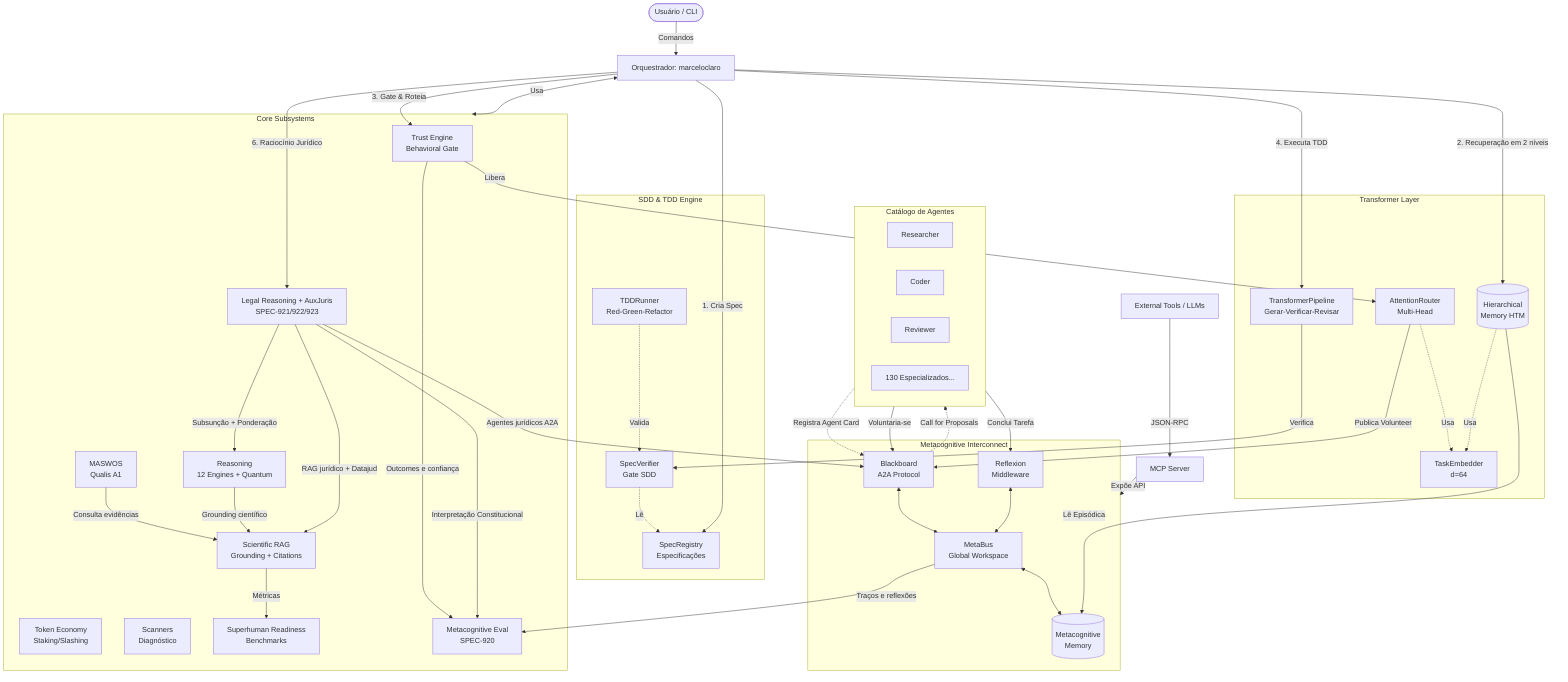
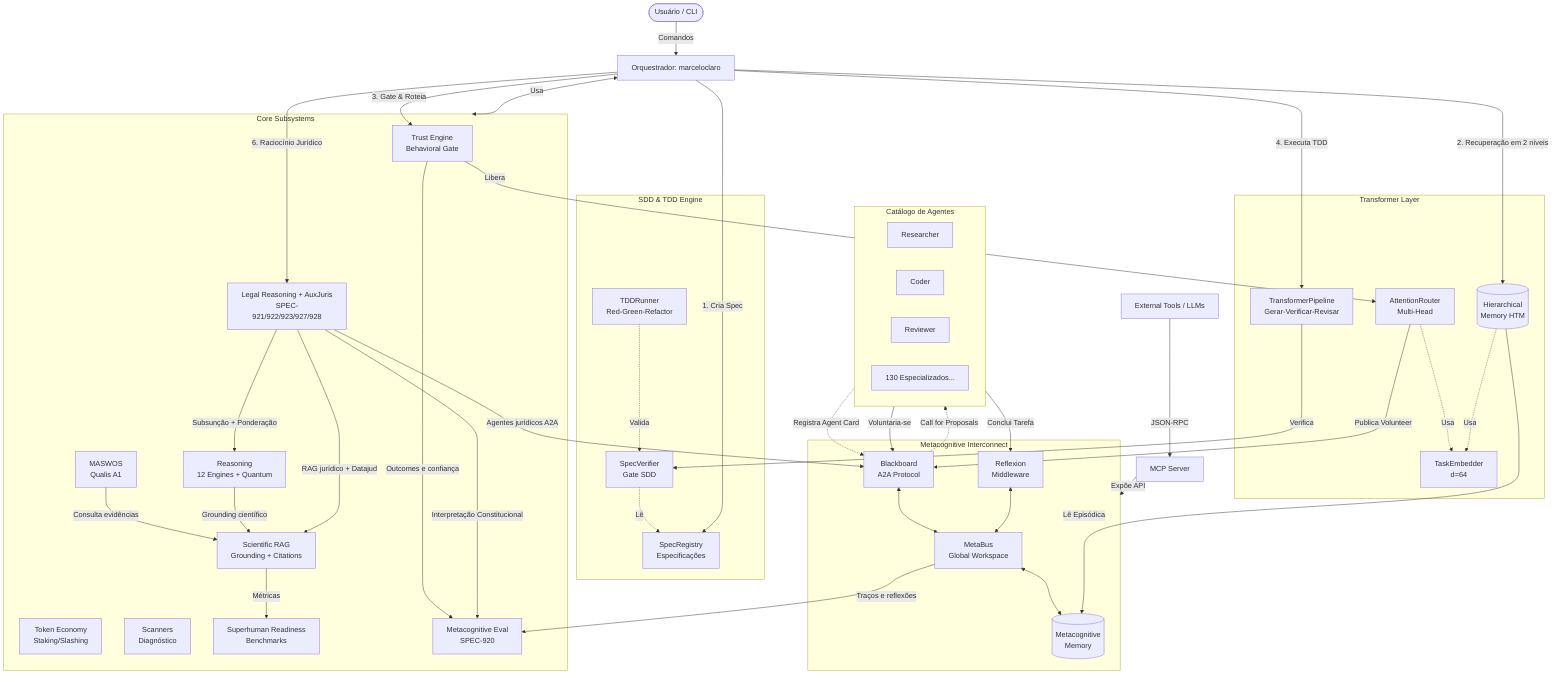
graph TD
    %% Atores e Orquestrador
    User([Usuário / CLI]) -->|Comandos| Orchestrator[Orquestrador: marceloclaro]

    %% Camada SDD/TDD
    subgraph SDD [SDD & TDD Engine]
        Spec[SpecRegistry<br>Especificações]
        Ver[SpecVerifier<br>Gate SDD]
        TDD[TDDRunner<br>Red-Green-Refactor]

        TDD -.->|Valida| Ver
        Ver -.->|Lê| Spec
    end

    %% Camada Transformer
    subgraph TF [Transformer Layer]
        Attn[AttentionRouter<br>Multi-Head]
        Pipe[TransformerPipeline<br>Gerar-Verificar-Revisar]
        HTM[(Hierarchical<br>Memory HTM)]
        Emb[TaskEmbedder<br>d=64]

        Attn -.->|Usa| Emb
        HTM -.->|Usa| Emb
    end

    %% Camada Core (Novos Subsistemas)
    subgraph Core [Core Subsystems]
        Trust[Trust Engine<br>Behavioral Gate]
        Eco[Token Economy<br>Staking/Slashing]
        Scan[Scanners<br>Diagnóstico]
        Acad[MASWOS<br>Qualis A1]
        Reason[Reasoning<br>12 Engines + Quantum]
-         Legal[Legal Reasoning + AuxJuris<br>SPEC-921/922/923]
+         Legal[Legal Reasoning + AuxJuris<br>SPEC-921/922/923/927/928]
        RAG[Scientific RAG<br>Grounding + Citations]
        Bench[Superhuman Readiness<br>Benchmarks]
        MetaEval[Metacognitive Eval<br>SPEC-920]
    end

    %% Camada MCI
    subgraph MCI [Metacognitive Interconnect]
        MB[MetaBus<br>Global Workspace]
        BB[Blackboard<br>A2A Protocol]
        Mem[(Metacognitive<br>Memory)]
        Ref[Reflexion<br>Middleware]

        MB <--> Mem
        BB <--> MB
        Ref <--> MB
    end

    %% Orquestrador integra as camadas
    Orchestrator -->|1. Cria Spec| Spec
    Orchestrator -->|2. Recuperação em 2 níveis| HTM
    HTM -->|Lê Episódica| Mem
    Orchestrator -->|3. Gate & Roteia| Trust
    Trust -->|Libera| Attn
    Attn -->|Publica Volunteer| BB
    Orchestrator -->|4. Executa TDD| Pipe
    Pipe -->|Verifica| Ver
    Orchestrator <-->|Usa| Core
    Acad -->|Consulta evidências| RAG
    Reason -->|Grounding científico| RAG
    RAG -->|Métricas| Bench
    MB -->|Traços e reflexões| MetaEval
    Trust -->|Outcomes e confiança| MetaEval
    Orchestrator -->|6. Raciocínio Jurídico| Legal
    Legal -->|Subsunção + Ponderação| Reason
    Legal -->|Interpretação Constitucional| MetaEval
    Legal -->|RAG jurídico + Datajud| RAG
    Legal -->|Agentes jurídicos A2A| BB

    %% Agentes
    subgraph Agents [Catálogo de Agentes]
        A1[Researcher]
        A2[Coder]
        A3[Reviewer]
        A4[130 Especializados...]
    end

    %% Fluxo de Agentes
    Agents -.->|Registra Agent Card| BB
    BB -.->|Call for Proposals| Agents
    Agents -->|Voluntaria-se| BB
    Agents -->|Conclui Tarefa| Ref

    %% MCP
    MCP[MCP Server] -->|Expõe API| MCI
    External[External Tools / LLMs] -->|JSON-RPC| MCP
